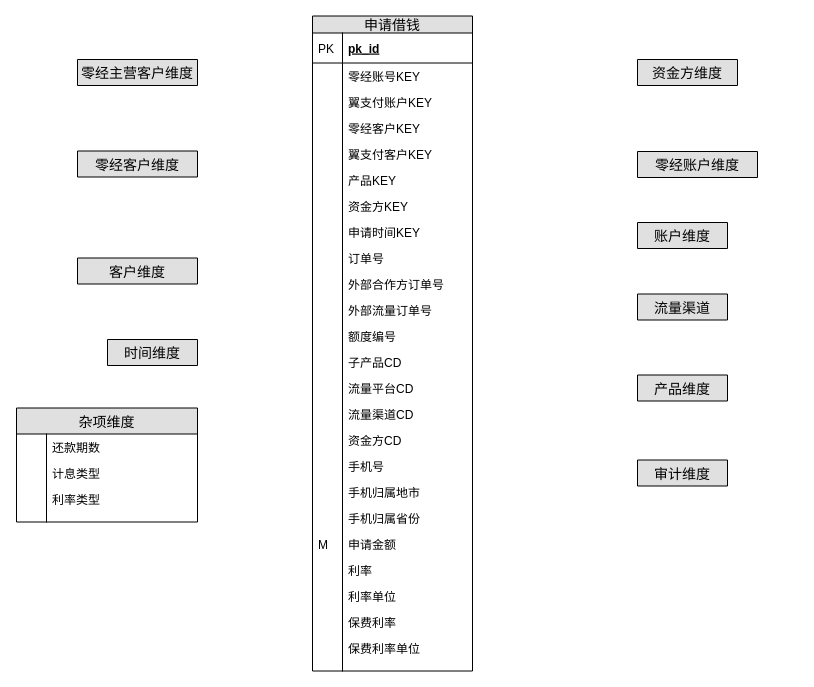
CarryNi/Orange keeps this draw.io diagram as page "申请" (1 of 5) of 零经交易域.drawio. Above is the earlier version. Source tidied: cells renumbered, new cells numbered last; positions are measured from the earlier drawing's top-left corner, leaving out a move shared by most shapes. Both pictures are drawn from the tidied source at 100%, with x=0, y=0 at pixel (16, 15).
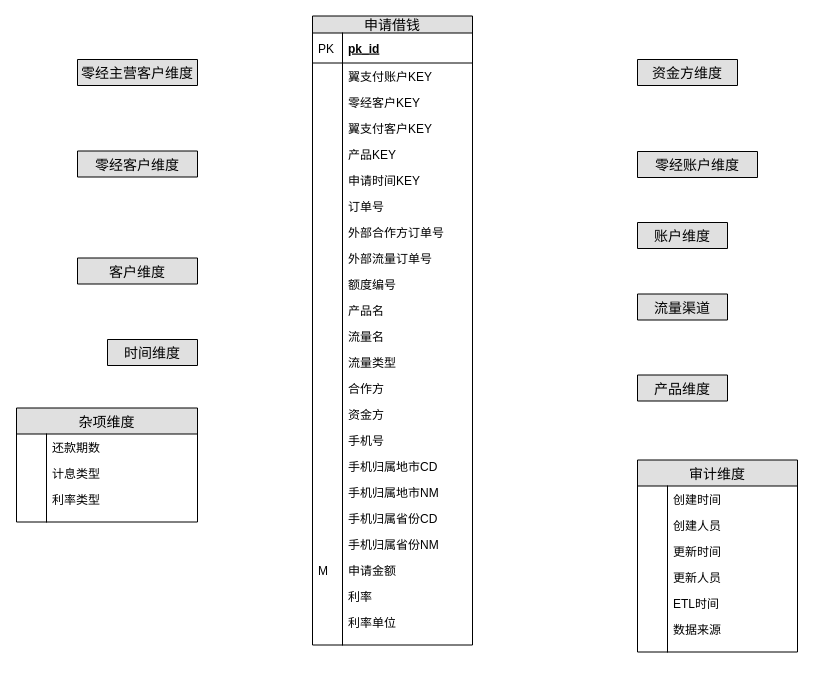
The same diagram, later.

Commit message:
Update 零经交易域.drawio

Change to the diagram source:
```diff
@@
     <mxCell id="2" value="申请借钱" style="swimlane;fontStyle=0;horizontal=1;startSize=17;fillColor=#e0e0e0;swimlaneFillColor=#ffffff;align=center;fontSize=14;" parent="1" vertex="1">
-      <mxGeometry x="296" y="0.5" width="160" height="655" as="geometry" />
+      <mxGeometry x="296" y="0.5" width="160" height="629" as="geometry" />
     </mxCell>
@@
-    <mxCell id="5" value="零经账号KEY" style="shape=partialRectangle;top=0;left=0;right=0;bottom=0;align=left;verticalAlign=top;fillColor=none;spacingLeft=34;spacingRight=4;overflow=hidden;fontSize=12;" parent="2" vertex="1">
-      <mxGeometry y="47" width="160" height="26" as="geometry" />
-    </mxCell>
-    <mxCell id="6" style="shape=partialRectangle;top=0;left=0;bottom=0;fillColor=none;align=left;verticalAlign=top;spacingLeft=4;spacingRight=4;overflow=hidden;fontSize=12;" parent="5" vertex="1">
-      <mxGeometry width="30" height="26" as="geometry" />
-    </mxCell>
     <mxCell id="7" value="翼支付账户KEY" style="shape=partialRectangle;top=0;left=0;right=0;bottom=0;align=left;verticalAlign=top;fillColor=none;spacingLeft=34;spacingRight=4;overflow=hidden;fontSize=12;" parent="2" vertex="1">
-      <mxGeometry y="73" width="160" height="26" as="geometry" />
+      <mxGeometry y="47" width="160" height="26" as="geometry" />
     </mxCell>
@@
     <mxCell id="9" value="零经客户KEY" style="shape=partialRectangle;top=0;left=0;right=0;bottom=0;align=left;verticalAlign=top;fillColor=none;spacingLeft=34;spacingRight=4;overflow=hidden;fontSize=12;" parent="2" vertex="1">
-      <mxGeometry y="99" width="160" height="26" as="geometry" />
+      <mxGeometry y="73" width="160" height="26" as="geometry" />
     </mxCell>
@@
     <mxCell id="11" value="翼支付客户KEY" style="shape=partialRectangle;top=0;left=0;right=0;bottom=0;align=left;verticalAlign=top;fillColor=none;spacingLeft=34;spacingRight=4;overflow=hidden;fontSize=12;" parent="2" vertex="1">
-      <mxGeometry y="125" width="160" height="26" as="geometry" />
+      <mxGeometry y="99" width="160" height="26" as="geometry" />
     </mxCell>
@@
     <mxCell id="13" value="产品KEY" style="shape=partialRectangle;top=0;left=0;right=0;bottom=0;align=left;verticalAlign=top;fillColor=none;spacingLeft=34;spacingRight=4;overflow=hidden;fontSize=12;" parent="2" vertex="1">
-      <mxGeometry y="151" width="160" height="26" as="geometry" />
+      <mxGeometry y="125" width="160" height="26" as="geometry" />
     </mxCell>
@@
-    <mxCell id="15" value="资金方KEY" style="shape=partialRectangle;top=0;left=0;right=0;bottom=0;align=left;verticalAlign=top;fillColor=none;spacingLeft=34;spacingRight=4;overflow=hidden;fontSize=12;" parent="2" vertex="1">
-      <mxGeometry y="177" width="160" height="26" as="geometry" />
-    </mxCell>
-    <mxCell id="16" style="shape=partialRectangle;top=0;left=0;bottom=0;fillColor=none;align=left;verticalAlign=top;spacingLeft=4;spacingRight=4;overflow=hidden;fontSize=12;" parent="15" vertex="1">
-      <mxGeometry width="30" height="26" as="geometry" />
-    </mxCell>
     <mxCell id="17" value="申请时间KEY" style="shape=partialRectangle;top=0;left=0;right=0;bottom=0;align=left;verticalAlign=top;fillColor=none;spacingLeft=34;spacingRight=4;overflow=hidden;fontSize=12;" parent="2" vertex="1">
-      <mxGeometry y="203" width="160" height="26" as="geometry" />
+      <mxGeometry y="151" width="160" height="26" as="geometry" />
     </mxCell>
@@
     <mxCell id="19" value="订单号" style="shape=partialRectangle;top=0;left=0;right=0;bottom=0;align=left;verticalAlign=top;fillColor=none;spacingLeft=34;spacingRight=4;overflow=hidden;fontSize=12;" parent="2" vertex="1">
-      <mxGeometry y="229" width="160" height="26" as="geometry" />
+      <mxGeometry y="177" width="160" height="26" as="geometry" />
     </mxCell>
@@
     <mxCell id="21" value="外部合作方订单号" style="shape=partialRectangle;top=0;left=0;right=0;bottom=0;align=left;verticalAlign=top;fillColor=none;spacingLeft=34;spacingRight=4;overflow=hidden;fontSize=12;" parent="2" vertex="1">
-      <mxGeometry y="255" width="160" height="26" as="geometry" />
+      <mxGeometry y="203" width="160" height="26" as="geometry" />
     </mxCell>
@@
     <mxCell id="23" value="外部流量订单号" style="shape=partialRectangle;top=0;left=0;right=0;bottom=0;align=left;verticalAlign=top;fillColor=none;spacingLeft=34;spacingRight=4;overflow=hidden;fontSize=12;" parent="2" vertex="1">
-      <mxGeometry y="281" width="160" height="26" as="geometry" />
+      <mxGeometry y="229" width="160" height="26" as="geometry" />
     </mxCell>
@@
     <mxCell id="25" value="额度编号" style="shape=partialRectangle;top=0;left=0;right=0;bottom=0;align=left;verticalAlign=top;fillColor=none;spacingLeft=34;spacingRight=4;overflow=hidden;fontSize=12;" parent="2" vertex="1">
-      <mxGeometry y="307" width="160" height="26" as="geometry" />
+      <mxGeometry y="255" width="160" height="26" as="geometry" />
     </mxCell>
@@
-    <mxCell id="27" value="子产品CD" style="shape=partialRectangle;top=0;left=0;right=0;bottom=0;align=left;verticalAlign=top;fillColor=none;spacingLeft=34;spacingRight=4;overflow=hidden;fontSize=12;" parent="2" vertex="1">
-      <mxGeometry y="333" width="160" height="26" as="geometry" />
+    <mxCell id="27" value="产品名" style="shape=partialRectangle;top=0;left=0;right=0;bottom=0;align=left;verticalAlign=top;fillColor=none;spacingLeft=34;spacingRight=4;overflow=hidden;fontSize=12;" parent="2" vertex="1">
+      <mxGeometry y="281" width="160" height="26" as="geometry" />
     </mxCell>
@@
-    <mxCell id="29" value="流量平台CD" style="shape=partialRectangle;top=0;left=0;right=0;bottom=0;align=left;verticalAlign=top;fillColor=none;spacingLeft=34;spacingRight=4;overflow=hidden;fontSize=12;" parent="2" vertex="1">
-      <mxGeometry y="359" width="160" height="26" as="geometry" />
+    <mxCell id="29" value="流量名" style="shape=partialRectangle;top=0;left=0;right=0;bottom=0;align=left;verticalAlign=top;fillColor=none;spacingLeft=34;spacingRight=4;overflow=hidden;fontSize=12;" parent="2" vertex="1">
+      <mxGeometry y="307" width="160" height="26" as="geometry" />
     </mxCell>
@@
-    <mxCell id="31" value="流量渠道CD" style="shape=partialRectangle;top=0;left=0;right=0;bottom=0;align=left;verticalAlign=top;fillColor=none;spacingLeft=34;spacingRight=4;overflow=hidden;fontSize=12;" parent="2" vertex="1">
-      <mxGeometry y="385" width="160" height="26" as="geometry" />
+    <mxCell id="31" value="流量类型" style="shape=partialRectangle;top=0;left=0;right=0;bottom=0;align=left;verticalAlign=top;fillColor=none;spacingLeft=34;spacingRight=4;overflow=hidden;fontSize=12;" parent="2" vertex="1">
+      <mxGeometry y="333" width="160" height="26" as="geometry" />
     </mxCell>
@@
-    <mxCell id="33" value="资金方CD" style="shape=partialRectangle;top=0;left=0;right=0;bottom=0;align=left;verticalAlign=top;fillColor=none;spacingLeft=34;spacingRight=4;overflow=hidden;fontSize=12;" parent="2" vertex="1">
-      <mxGeometry y="411" width="160" height="26" as="geometry" />
+    <mxCell id="33" value="合作方" style="shape=partialRectangle;top=0;left=0;right=0;bottom=0;align=left;verticalAlign=top;fillColor=none;spacingLeft=34;spacingRight=4;overflow=hidden;fontSize=12;" parent="2" vertex="1">
+      <mxGeometry y="359" width="160" height="26" as="geometry" />
     </mxCell>
@@
+    <mxCell id="72" value="资金方" style="shape=partialRectangle;top=0;left=0;right=0;bottom=0;align=left;verticalAlign=top;fillColor=none;spacingLeft=34;spacingRight=4;overflow=hidden;fontSize=12;" parent="2" vertex="1">
+      <mxGeometry y="385" width="160" height="26" as="geometry" />
+    </mxCell>
+    <mxCell id="73" style="shape=partialRectangle;top=0;left=0;bottom=0;fillColor=none;align=left;verticalAlign=top;spacingLeft=4;spacingRight=4;overflow=hidden;fontSize=12;" parent="72" vertex="1">
+      <mxGeometry width="30" height="26" as="geometry" />
+    </mxCell>
     <mxCell id="35" value="手机号" style="shape=partialRectangle;top=0;left=0;right=0;bottom=0;align=left;verticalAlign=top;fillColor=none;spacingLeft=34;spacingRight=4;overflow=hidden;fontSize=12;" parent="2" vertex="1">
-      <mxGeometry y="437" width="160" height="26" as="geometry" />
+      <mxGeometry y="411" width="160" height="26" as="geometry" />
     </mxCell>
@@
-    <mxCell id="37" value="手机归属地市" style="shape=partialRectangle;top=0;left=0;right=0;bottom=0;align=left;verticalAlign=top;fillColor=none;spacingLeft=34;spacingRight=4;overflow=hidden;fontSize=12;" parent="2" vertex="1">
-      <mxGeometry y="463" width="160" height="26" as="geometry" />
+    <mxCell id="37" value="手机归属地市CD" style="shape=partialRectangle;top=0;left=0;right=0;bottom=0;align=left;verticalAlign=top;fillColor=none;spacingLeft=34;spacingRight=4;overflow=hidden;fontSize=12;" parent="2" vertex="1">
+      <mxGeometry y="437" width="160" height="26" as="geometry" />
     </mxCell>
@@
+    <mxCell id="74" value="手机归属地市NM" style="shape=partialRectangle;top=0;left=0;right=0;bottom=0;align=left;verticalAlign=top;fillColor=none;spacingLeft=34;spacingRight=4;overflow=hidden;fontSize=12;" parent="2" vertex="1">
+      <mxGeometry y="463" width="160" height="26" as="geometry" />
+    </mxCell>
+    <mxCell id="75" style="shape=partialRectangle;top=0;left=0;bottom=0;fillColor=none;align=left;verticalAlign=top;spacingLeft=4;spacingRight=4;overflow=hidden;fontSize=12;" parent="74" vertex="1">
+      <mxGeometry width="30" height="26" as="geometry" />
+    </mxCell>
-    <mxCell id="39" value="手机归属省份" style="shape=partialRectangle;top=0;left=0;right=0;bottom=0;align=left;verticalAlign=top;fillColor=none;spacingLeft=34;spacingRight=4;overflow=hidden;fontSize=12;" parent="2" vertex="1">
+    <mxCell id="39" value="手机归属省份CD" style="shape=partialRectangle;top=0;left=0;right=0;bottom=0;align=left;verticalAlign=top;fillColor=none;spacingLeft=34;spacingRight=4;overflow=hidden;fontSize=12;" parent="2" vertex="1">
       <mxGeometry y="489" width="160" height="26" as="geometry" />
     </mxCell>
@@
+    <mxCell id="76" value="手机归属省份NM" style="shape=partialRectangle;top=0;left=0;right=0;bottom=0;align=left;verticalAlign=top;fillColor=none;spacingLeft=34;spacingRight=4;overflow=hidden;fontSize=12;" parent="2" vertex="1">
+      <mxGeometry y="515" width="160" height="26" as="geometry" />
+    </mxCell>
+    <mxCell id="77" style="shape=partialRectangle;top=0;left=0;bottom=0;fillColor=none;align=left;verticalAlign=top;spacingLeft=4;spacingRight=4;overflow=hidden;fontSize=12;" parent="76" vertex="1">
+      <mxGeometry width="30" height="26" as="geometry" />
+    </mxCell>
     <mxCell id="41" value="申请金额" style="shape=partialRectangle;top=0;left=0;right=0;bottom=0;align=left;verticalAlign=top;fillColor=none;spacingLeft=34;spacingRight=4;overflow=hidden;fontSize=12;" parent="2" vertex="1">
-      <mxGeometry y="515" width="160" height="26" as="geometry" />
+      <mxGeometry y="541" width="160" height="26" as="geometry" />
     </mxCell>
@@
     <mxCell id="43" value="利率" style="shape=partialRectangle;top=0;left=0;right=0;bottom=0;align=left;verticalAlign=top;fillColor=none;spacingLeft=34;spacingRight=4;overflow=hidden;fontSize=12;" parent="2" vertex="1">
-      <mxGeometry y="541" width="160" height="26" as="geometry" />
+      <mxGeometry y="567" width="160" height="26" as="geometry" />
     </mxCell>
@@
     <mxCell id="45" value="利率单位" style="shape=partialRectangle;top=0;left=0;right=0;bottom=0;align=left;verticalAlign=top;fillColor=none;spacingLeft=34;spacingRight=4;overflow=hidden;fontSize=12;" parent="2" vertex="1">
-      <mxGeometry y="567" width="160" height="26" as="geometry" />
+      <mxGeometry y="593" width="160" height="26" as="geometry" />
     </mxCell>
@@
-    <mxCell id="47" value="保费利率" style="shape=partialRectangle;top=0;left=0;right=0;bottom=0;align=left;verticalAlign=top;fillColor=none;spacingLeft=34;spacingRight=4;overflow=hidden;fontSize=12;" parent="2" vertex="1">
-      <mxGeometry y="593" width="160" height="26" as="geometry" />
-    </mxCell>
-    <mxCell id="48" style="shape=partialRectangle;top=0;left=0;bottom=0;fillColor=none;align=left;verticalAlign=top;spacingLeft=4;spacingRight=4;overflow=hidden;fontSize=12;" parent="47" vertex="1">
-      <mxGeometry width="30" height="26" as="geometry" />
-    </mxCell>
-    <mxCell id="49" value="保费利率单位" style="shape=partialRectangle;top=0;left=0;right=0;bottom=0;align=left;verticalAlign=top;fillColor=none;spacingLeft=34;spacingRight=4;overflow=hidden;fontSize=12;" parent="2" vertex="1">
-      <mxGeometry y="619" width="160" height="26" as="geometry" />
-    </mxCell>
-    <mxCell id="50" style="shape=partialRectangle;top=0;left=0;bottom=0;fillColor=none;align=left;verticalAlign=top;spacingLeft=4;spacingRight=4;overflow=hidden;fontSize=12;" parent="49" vertex="1">
-      <mxGeometry width="30" height="26" as="geometry" />
-    </mxCell>
     <mxCell id="51" style="shape=partialRectangle;top=0;left=0;right=0;bottom=0;align=left;verticalAlign=top;fillColor=none;spacingLeft=34;spacingRight=4;overflow=hidden;fontSize=12;" parent="2" vertex="1">
-      <mxGeometry y="645" width="160" height="10" as="geometry" />
+      <mxGeometry y="619" width="160" height="10" as="geometry" />
     </mxCell>
@@
-    <mxCell id="71" value="审计维度" style="swimlane;fontStyle=0;horizontal=1;startSize=26;fillColor=#e0e0e0;swimlaneFillColor=#ffffff;align=center;fontSize=14;" parent="1" vertex="1" collapsed="1">
-      <mxGeometry x="621" y="444.5" width="90" height="26" as="geometry" />
+    <mxCell id="71" value="审计维度" style="swimlane;fontStyle=0;horizontal=1;startSize=26;fillColor=#e0e0e0;swimlaneFillColor=#ffffff;align=center;fontSize=14;" parent="1" vertex="1">
+      <mxGeometry x="621" y="444.5" width="160" height="192" as="geometry" />
     </mxCell>
+    <mxCell id="78" value="创建时间" style="shape=partialRectangle;top=0;left=0;right=0;bottom=0;align=left;verticalAlign=top;fillColor=none;spacingLeft=34;spacingRight=4;overflow=hidden;fontSize=12;" parent="71" vertex="1">
+      <mxGeometry y="26" width="160" height="26" as="geometry" />
+    </mxCell>
+    <mxCell id="79" style="shape=partialRectangle;top=0;left=0;bottom=0;fillColor=none;align=left;verticalAlign=top;spacingLeft=4;spacingRight=4;overflow=hidden;fontSize=12;" parent="78" vertex="1">
+      <mxGeometry width="30" height="26" as="geometry" />
+    </mxCell>
+    <mxCell id="80" value="创建人员" style="shape=partialRectangle;top=0;left=0;right=0;bottom=0;align=left;verticalAlign=top;fillColor=none;spacingLeft=34;spacingRight=4;overflow=hidden;fontSize=12;" parent="71" vertex="1">
+      <mxGeometry y="52" width="160" height="26" as="geometry" />
+    </mxCell>
+    <mxCell id="81" style="shape=partialRectangle;top=0;left=0;bottom=0;fillColor=none;align=left;verticalAlign=top;spacingLeft=4;spacingRight=4;overflow=hidden;fontSize=12;" parent="80" vertex="1">
+      <mxGeometry width="30" height="26" as="geometry" />
+    </mxCell>
+    <mxCell id="82" value="更新时间" style="shape=partialRectangle;top=0;left=0;right=0;bottom=0;align=left;verticalAlign=top;fillColor=none;spacingLeft=34;spacingRight=4;overflow=hidden;fontSize=12;" parent="71" vertex="1">
+      <mxGeometry y="78" width="160" height="26" as="geometry" />
+    </mxCell>
+    <mxCell id="83" style="shape=partialRectangle;top=0;left=0;bottom=0;fillColor=none;align=left;verticalAlign=top;spacingLeft=4;spacingRight=4;overflow=hidden;fontSize=12;" parent="82" vertex="1">
+      <mxGeometry width="30" height="26" as="geometry" />
+    </mxCell>
+    <mxCell id="84" value="更新人员" style="shape=partialRectangle;top=0;left=0;right=0;bottom=0;align=left;verticalAlign=top;fillColor=none;spacingLeft=34;spacingRight=4;overflow=hidden;fontSize=12;" parent="71" vertex="1">
+      <mxGeometry y="104" width="160" height="26" as="geometry" />
+    </mxCell>
+    <mxCell id="85" style="shape=partialRectangle;top=0;left=0;bottom=0;fillColor=none;align=left;verticalAlign=top;spacingLeft=4;spacingRight=4;overflow=hidden;fontSize=12;" parent="84" vertex="1">
+      <mxGeometry width="30" height="26" as="geometry" />
+    </mxCell>
+    <mxCell id="86" value="ETL时间" style="shape=partialRectangle;top=0;left=0;right=0;bottom=0;align=left;verticalAlign=top;fillColor=none;spacingLeft=34;spacingRight=4;overflow=hidden;fontSize=12;" parent="71" vertex="1">
+      <mxGeometry y="130" width="160" height="26" as="geometry" />
+    </mxCell>
+    <mxCell id="87" style="shape=partialRectangle;top=0;left=0;bottom=0;fillColor=none;align=left;verticalAlign=top;spacingLeft=4;spacingRight=4;overflow=hidden;fontSize=12;" parent="86" vertex="1">
+      <mxGeometry width="30" height="26" as="geometry" />
+    </mxCell>
+    <mxCell id="88" value="数据来源" style="shape=partialRectangle;top=0;left=0;right=0;bottom=0;align=left;verticalAlign=top;fillColor=none;spacingLeft=34;spacingRight=4;overflow=hidden;fontSize=12;" parent="71" vertex="1">
+      <mxGeometry y="156" width="160" height="26" as="geometry" />
+    </mxCell>
+    <mxCell id="89" style="shape=partialRectangle;top=0;left=0;bottom=0;fillColor=none;align=left;verticalAlign=top;spacingLeft=4;spacingRight=4;overflow=hidden;fontSize=12;" parent="88" vertex="1">
+      <mxGeometry width="30" height="26" as="geometry" />
+    </mxCell>
+    <mxCell id="90" style="shape=partialRectangle;top=0;left=0;right=0;bottom=0;align=left;verticalAlign=top;fillColor=none;spacingLeft=34;spacingRight=4;overflow=hidden;fontSize=12;" parent="71" vertex="1">
+      <mxGeometry y="182" width="160" height="10" as="geometry" />
+    </mxCell>
+    <mxCell id="91" style="shape=partialRectangle;top=0;left=0;bottom=0;fillColor=none;align=left;verticalAlign=top;spacingLeft=4;spacingRight=4;overflow=hidden;fontSize=12;" parent="90" vertex="1">
+      <mxGeometry width="30" height="10" as="geometry" />
+    </mxCell>
```
